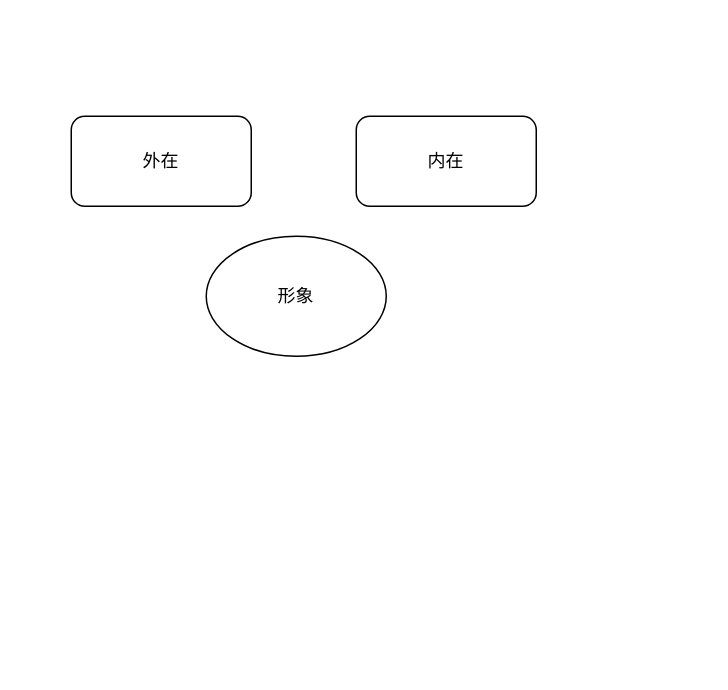
Asamiyaa/microservice-k8s-yun keeps this draw.io diagram as menus/第四代模型.drawio. Above is the earlier version. Source tidied: cells renumbered, new cells numbered last; positions are measured from the earlier drawing's top-left corner, leaving out a move shared by most shapes. Both pictures are drawn from the tidied source at 150%, with x=0, y=0 at pixel (70, 116).
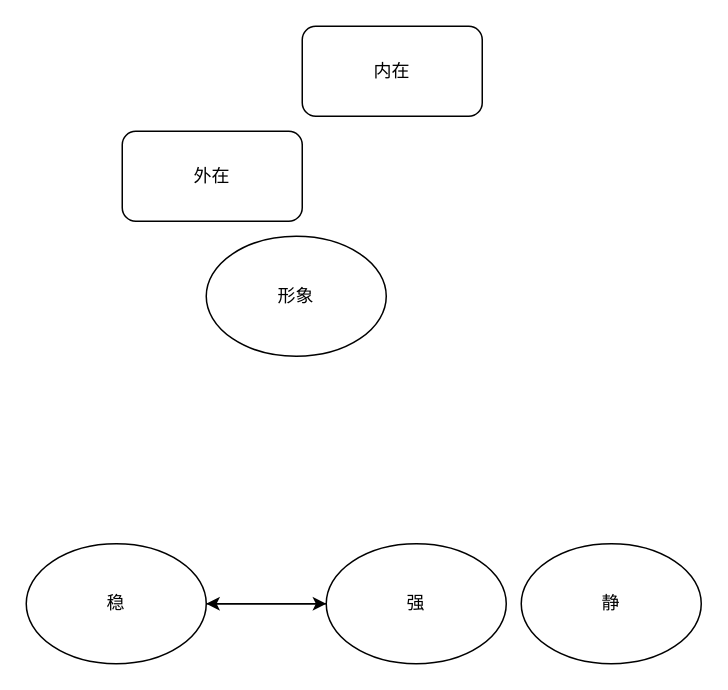
After the change.

Commit message (it also covers changes not shown here):
更新第四代模型.drawio

Diff of the diagram source:
```diff
@@
 <mxGraphModel>
   <root>
     <mxCell id="0" />
     <mxCell id="1" parent="0" />
     <mxCell id="2" value="形象" style="ellipse;whiteSpace=wrap;html=1;" parent="1" vertex="1">
       <mxGeometry x="90" y="80" width="120" height="80" as="geometry" />
     </mxCell>
     <mxCell id="3" value="外在" style="rounded=1;whiteSpace=wrap;html=1;" parent="1" vertex="1">
-      <mxGeometry width="120" height="60" as="geometry" />
+      <mxGeometry x="34" y="10" width="120" height="60" as="geometry" />
     </mxCell>
     <mxCell id="4" value="内在" style="rounded=1;whiteSpace=wrap;html=1;" parent="1" vertex="1">
-      <mxGeometry x="190" width="120" height="60" as="geometry" />
+      <mxGeometry x="154" y="-60" width="120" height="60" as="geometry" />
     </mxCell>
+    <mxCell id="5" style="edgeStyle=orthogonalEdgeStyle;rounded=0;jettySize=auto;html=1;" parent="1" edge="1" source="6" target="8">
+      <mxGeometry relative="1" as="geometry" />
+    </mxCell>
+    <mxCell id="6" value="稳&lt;br&gt;" style="ellipse;whiteSpace=wrap;html=1;" parent="1" vertex="1">
+      <mxGeometry x="-30" y="285" width="120" height="80" as="geometry" />
+    </mxCell>
+    <mxCell id="7" style="edgeStyle=orthogonalEdgeStyle;rounded=0;jettySize=auto;html=1;" parent="1" edge="1" source="8" target="6">
+      <mxGeometry relative="1" as="geometry" />
+    </mxCell>
+    <mxCell id="8" value="强" style="ellipse;whiteSpace=wrap;html=1;" parent="1" vertex="1">
+      <mxGeometry x="170" y="285" width="120" height="80" as="geometry" />
+    </mxCell>
+    <mxCell id="9" value="静" style="ellipse;whiteSpace=wrap;html=1;" parent="1" vertex="1">
+      <mxGeometry x="300" y="285" width="120" height="80" as="geometry" />
+    </mxCell>
   </root>
 </mxGraphModel>
```
